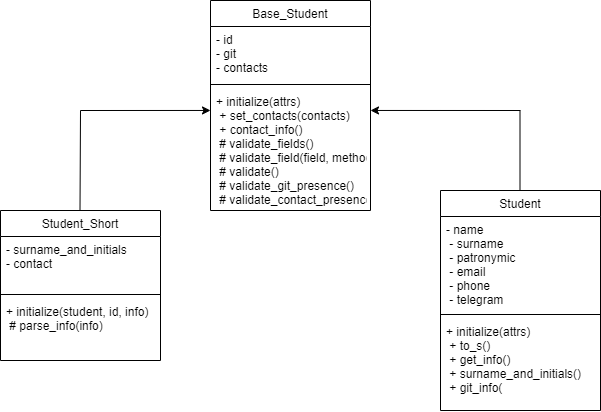
This is student3/Student.png from ChlnCh0pa/ruby1, a draw.io export, as it was before one commit. Source tidied: cells renumbered, new cells last; positions are measured from the earlier drawing's top-left corner, leaving out a move shared by most shapes.
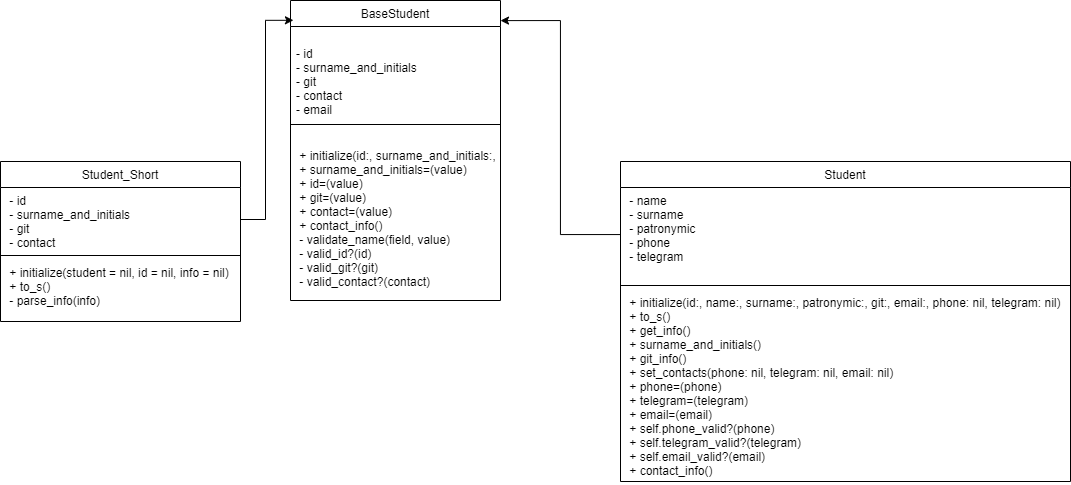
Above is the later version.

The edit, as a diff of the source:
```diff
@@ -1,64 +1,48 @@
-<mxGraphModel background="#ffffff">
+<mxGraphModel>
   <root>
     <mxCell id="0" />
     <mxCell id="1" parent="0" />
-    <mxCell id="2" value="Base_Student" style="swimlane;fontStyle=0;align=center;verticalAlign=top;horizontal=1;startSize=26;rounded=0;shadow=0;strokeWidth=1;" parent="1" vertex="1">
-      <mxGeometry x="210" width="160" height="210" as="geometry" />
-    </mxCell>
-    <mxCell id="3" value="- id                &#10;- git               &#10;- contacts" style="text;align=left;verticalAlign=top;spacingLeft=4;spacingRight=4;overflow=hidden;rounded=0;shadow=0;html=0;" parent="2" vertex="1">
-      <mxGeometry y="26" width="160" height="54" as="geometry" />
-    </mxCell>
-    <mxCell id="4" style="line;html=1;strokeWidth=1;align=left;verticalAlign=middle;spacingTop=-1;spacingLeft=3;spacingRight=3;labelPosition=right;" parent="2" vertex="1">
-      <mxGeometry y="80" width="160" height="8" as="geometry" />
-    </mxCell>
-    <mxCell id="5" value="+ initialize(attrs) &#10; + set_contacts(contacts) &#10; + contact_info()    &#10; # validate_fields() &#10; # validate_field(field, method) &#10; # validate()       &#10; # validate_git_presence() &#10; # validate_contact_presence()" style="text;align=left;verticalAlign=top;spacingLeft=4;spacingRight=4;overflow=hidden;points=[[0,0.5],[1,0.5]];portConstraint=eastwest;" parent="2" vertex="1">
-      <mxGeometry y="88" width="160" height="122" as="geometry" />
-    </mxCell>
     <mxCell id="6" value="Student" style="swimlane;fontStyle=0;align=center;verticalAlign=top;horizontal=1;startSize=26;rounded=0;shadow=0;strokeWidth=1;" parent="1" vertex="1">
-      <mxGeometry x="440" y="190" width="160" height="220" as="geometry" />
+      <mxGeometry x="550" y="191" width="450" height="320" as="geometry" />
     </mxCell>
-    <mxCell id="7" value="- name              &#10; - surname           &#10; - patronymic       &#10; - email             &#10; - phone             &#10; - telegram" style="text;align=left;verticalAlign=top;spacingLeft=4;spacingRight=4;overflow=hidden;points=[[0,0.5],[1,0.5]];portConstraint=eastwest;rounded=0;shadow=0;html=0;" parent="6" vertex="1">
-      <mxGeometry y="26" width="160" height="94" as="geometry" />
+    <mxCell id="7" value=" - name              &#10; - surname           &#10; - patronymic        &#10; - phone             &#10; - telegram " style="text;align=left;verticalAlign=top;spacingLeft=4;spacingRight=4;overflow=hidden;points=[[0,0.5],[1,0.5]];portConstraint=eastwest;rounded=0;shadow=0;html=0;" parent="6" vertex="1">
+      <mxGeometry y="26" width="450" height="94" as="geometry" />
     </mxCell>
     <mxCell id="8" style="line;html=1;strokeWidth=1;align=left;verticalAlign=middle;spacingTop=-1;spacingLeft=3;spacingRight=3;labelPosition=right;" parent="6" vertex="1">
-      <mxGeometry y="120" width="160" height="8" as="geometry" />
+      <mxGeometry y="120" width="450" height="8" as="geometry" />
     </mxCell>
-    <mxCell id="9" value="+ initialize(attrs) &#10; + to_s()            &#10; + get_info()        &#10; + surname_and_initials() &#10; + git_info(" style="text;align=left;verticalAlign=top;spacingLeft=4;spacingRight=4;overflow=hidden;" parent="6" vertex="1">
-      <mxGeometry y="128" width="160" height="90" as="geometry" />
+    <mxCell id="9" value=" + initialize(id:, name:, surname:, patronymic:, git:, email:, phone: nil, telegram: nil)&#10; + to_s()                  &#10; + get_info()             &#10; + surname_and_initials()  &#10; + git_info()              &#10; + set_contacts(phone: nil, telegram: nil, email: nil) &#10; + phone=(phone)           &#10; + telegram=(telegram)     &#10; + email=(email)           &#10; + self.phone_valid?(phone)&#10; + self.telegram_valid?(telegram) &#10; + self.email_valid?(email)&#10; + contact_info()     " style="text;align=left;verticalAlign=top;spacingLeft=4;spacingRight=4;overflow=hidden;" parent="6" vertex="1">
+      <mxGeometry y="128" width="450" height="192" as="geometry" />
     </mxCell>
     <mxCell id="10" value="Student_Short" style="swimlane;fontStyle=0;align=center;verticalAlign=top;horizontal=1;startSize=26;rounded=0;shadow=0;strokeWidth=1;" parent="1" vertex="1">
-      <mxGeometry y="210" width="160" height="150" as="geometry" />
+      <mxGeometry x="-70" y="191" width="240" height="160" as="geometry" />
     </mxCell>
-    <mxCell id="11" value="- surname_and_initials &#10;- contact" style="text;align=left;verticalAlign=top;spacingLeft=4;spacingRight=4;overflow=hidden;points=[[0,0.5],[1,0.5]];portConstraint=eastwest;rounded=0;shadow=0;html=0;" parent="10" vertex="1">
-      <mxGeometry y="26" width="160" height="54" as="geometry" />
+    <mxCell id="11" value=" - id                &#10; - surname_and_initials&#10; - git               &#10; - contact " style="text;align=left;verticalAlign=top;spacingLeft=4;spacingRight=4;overflow=hidden;points=[[0,0.5],[1,0.5]];portConstraint=eastwest;rounded=0;shadow=0;html=0;" parent="10" vertex="1">
+      <mxGeometry y="26" width="240" height="64" as="geometry" />
     </mxCell>
     <mxCell id="12" style="line;html=1;strokeWidth=1;align=left;verticalAlign=middle;spacingTop=-1;spacingLeft=3;spacingRight=3;labelPosition=right;" parent="10" vertex="1">
-      <mxGeometry y="80" width="160" height="8" as="geometry" />
+      <mxGeometry y="90" width="240" height="8" as="geometry" />
     </mxCell>
-    <mxCell id="13" value="+ initialize(student, id, info) &#10; # parse_info(info)" style="text;align=left;verticalAlign=top;spacingLeft=4;spacingRight=4;overflow=hidden;" parent="10" vertex="1">
-      <mxGeometry y="88" width="160" height="62" as="geometry" />
+    <mxCell id="13" value=" + initialize(student = nil, id = nil, info = nil) &#10; + to_s()                                          &#10; - parse_info(info)" style="text;align=left;verticalAlign=top;spacingLeft=4;spacingRight=4;overflow=hidden;" parent="10" vertex="1">
+      <mxGeometry y="98" width="240" height="62" as="geometry" />
     </mxCell>
-    <mxCell id="14" style="endArrow=none;html=1;rounded=0;" parent="1" edge="1">
-      <mxGeometry relative="1" as="geometry">
-        <mxPoint x="79.5" y="210" as="sourcePoint" />
-        <mxPoint x="80" y="110" as="targetPoint" />
-      </mxGeometry>
-    </mxCell>
-    <mxCell id="15" style="endArrow=classic;html=1;rounded=0;entryX=0;entryY=0.18;entryDx=0;entryDy=0;entryPerimeter=0;" parent="1" edge="1" target="5">
-      <mxGeometry relative="1" as="geometry">
-        <mxPoint x="80" y="110" as="sourcePoint" />
-      </mxGeometry>
-    </mxCell>
-    <mxCell id="16" style="endArrow=none;html=1;rounded=0;" parent="1" edge="1">
-      <mxGeometry relative="1" as="geometry">
-        <mxPoint x="519.5" y="190" as="sourcePoint" />
-        <mxPoint x="519.5" y="110" as="targetPoint" />
-      </mxGeometry>
-    </mxCell>
-    <mxCell id="17" style="endArrow=classic;html=1;rounded=0;entryX=1;entryY=0.18;entryDx=0;entryDy=0;entryPerimeter=0;" parent="1" edge="1" target="5">
-      <mxGeometry relative="1" as="geometry">
-        <mxPoint x="520" y="110" as="sourcePoint" />
-      </mxGeometry>
-    </mxCell>
+    <mxCell id="18" value="BaseStudent" style="swimlane;fontStyle=0;align=center;verticalAlign=top;horizontal=1;startSize=26;rounded=0;shadow=0;strokeWidth=1;" parent="1" vertex="1">
+      <mxGeometry x="220" y="30" width="210" height="300" as="geometry" />
+    </mxCell>
+    <mxCell id="19" value="&#10;- id                &#10;- surname_and_initials&#10;- git               &#10;- contact           &#10;- email" style="text;align=left;verticalAlign=top;spacingLeft=4;spacingRight=4;overflow=hidden;rounded=0;shadow=0;html=0;" parent="18" vertex="1">
+      <mxGeometry y="26" width="210" height="94" as="geometry" />
+    </mxCell>
+    <mxCell id="20" style="line;html=1;strokeWidth=1;align=left;verticalAlign=middle;spacingTop=-1;spacingLeft=3;spacingRight=3;labelPosition=right;" parent="18" vertex="1">
+      <mxGeometry y="120" width="210" height="8" as="geometry" />
+    </mxCell>
+    <mxCell id="21" value="&#10; + initialize(id:, surname_and_initials:, git:, contact: nil, email: nil) &#10; + surname_and_initials=(value) &#10; + id=(value)                &#10; + git=(value)              &#10; + contact=(value)          &#10; + contact_info()           &#10; - validate_name(field, value)&#10; - valid_id?(id)            &#10; - valid_git?(git)          &#10; - valid_contact?(contact)  " style="text;align=left;verticalAlign=top;spacingLeft=4;spacingRight=4;overflow=hidden;" parent="18" vertex="1">
+      <mxGeometry y="128" width="210" height="172" as="geometry" />
+    </mxCell>
+    <mxCell id="22" style="edgeStyle=orthogonalEdgeStyle;rounded=0;jettySize=auto;html=1;entryX=0.014;entryY=0.066;entryDx=0;entryDy=0;entryPerimeter=0;" parent="1" edge="1" source="11" target="18">
+      <mxGeometry relative="1" as="geometry" />
+    </mxCell>
+    <mxCell id="23" style="edgeStyle=orthogonalEdgeStyle;rounded=0;jettySize=auto;html=1;entryX=1;entryY=0.067;entryDx=0;entryDy=0;entryPerimeter=0;" parent="1" edge="1" source="7" target="18">
+      <mxGeometry relative="1" as="geometry" />
+    </mxCell>
   </root>
 </mxGraphModel>
```
